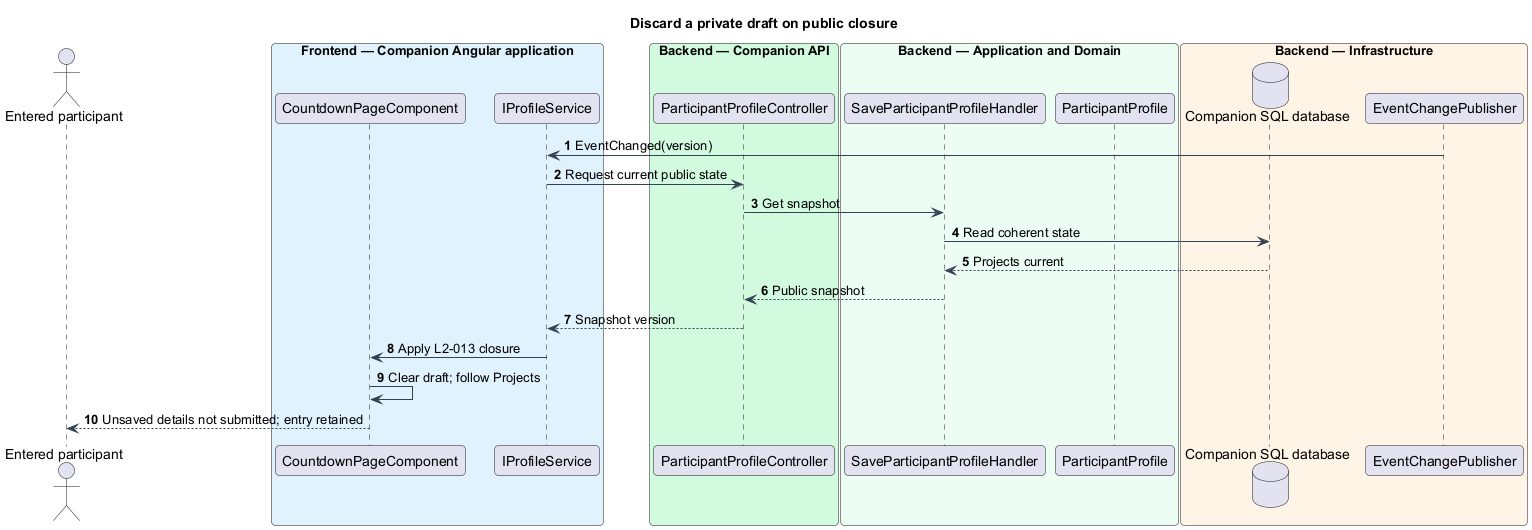
Before: docs/detailed-designs/participants/maintain-profile/diagrams/sequence-close-draft.png, a diagram exported from PlantUML (QuinntyneBrown/faithtech-toronto-ai-build-event). Its diagram source:
```plantuml
@startuml
skinparam backgroundColor #FFFFFF
skinparam shadowing false
skinparam defaultFontName Arial
skinparam ArrowColor #344054
skinparam roundcorner 8
autonumber
title Discard a private draft on public closure
actor "Entered participant" as actor
box "Frontend — Companion Angular application" #E0F2FE
participant "CountdownPageComponent" as page
participant "IProfileService" as client
end box
box "Backend — Companion API" #D1FADF
participant "ParticipantProfileController" as controller
end box
box "Backend — Application and Domain" #ECFDF3
participant "SaveParticipantProfileHandler" as handler
participant "ParticipantProfile" as entity
end box
box "Backend — Infrastructure" #FFF4E5
database "Companion SQL database" as db
participant "EventChangePublisher" as push
end box
push -> client : EventChanged(version)
client -> controller : Request current public state
controller -> handler : Get snapshot
handler -> db : Read coherent state
 db --> handler : Projects current
handler --> controller : Public snapshot
controller --> client : Snapshot version
client -> page : Apply L2-013 closure
page -> page : Clear draft; follow Projects
page --> actor : Unsaved details not submitted; entry retained
@enduml
```
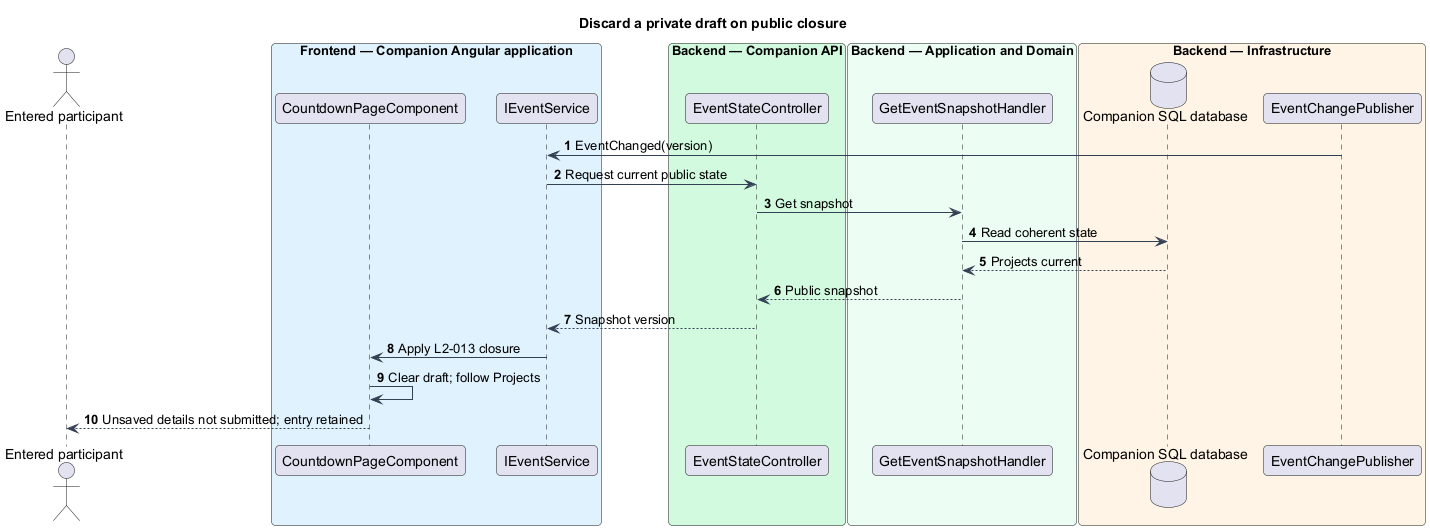
After the change.

What changed in the source:
```diff
@@ -9,14 +9,13 @@
 actor "Entered participant" as actor
 box "Frontend — Companion Angular application" #E0F2FE
 participant "CountdownPageComponent" as page
-participant "IProfileService" as client
+participant "IEventService" as client
 end box
 box "Backend — Companion API" #D1FADF
-participant "ParticipantProfileController" as controller
+participant "EventStateController" as controller
 end box
 box "Backend — Application and Domain" #ECFDF3
-participant "SaveParticipantProfileHandler" as handler
-participant "ParticipantProfile" as entity
+participant "GetEventSnapshotHandler" as handler
 end box
 box "Backend — Infrastructure" #FFF4E5
 database "Companion SQL database" as db
```
